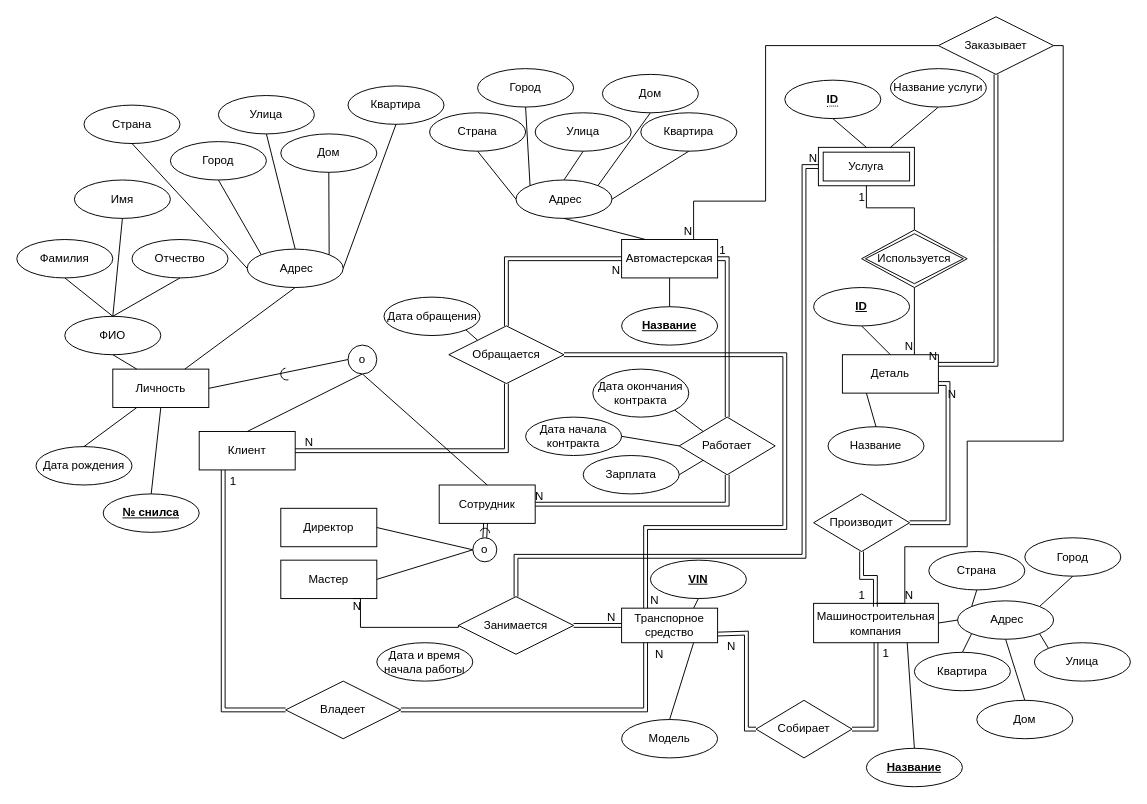
B4bah/db keeps this draw.io diagram as page "Page-3" (3 of 4) of course-task/course-task.drawio. Above is the earlier version. Source tidied: cells renumbered, new cells numbered last; positions are measured from the earlier drawing's top-left corner, leaving out a move shared by most shapes. Both pictures are drawn from the tidied source at 96%, with x=0, y=0 at pixel (16, 16).
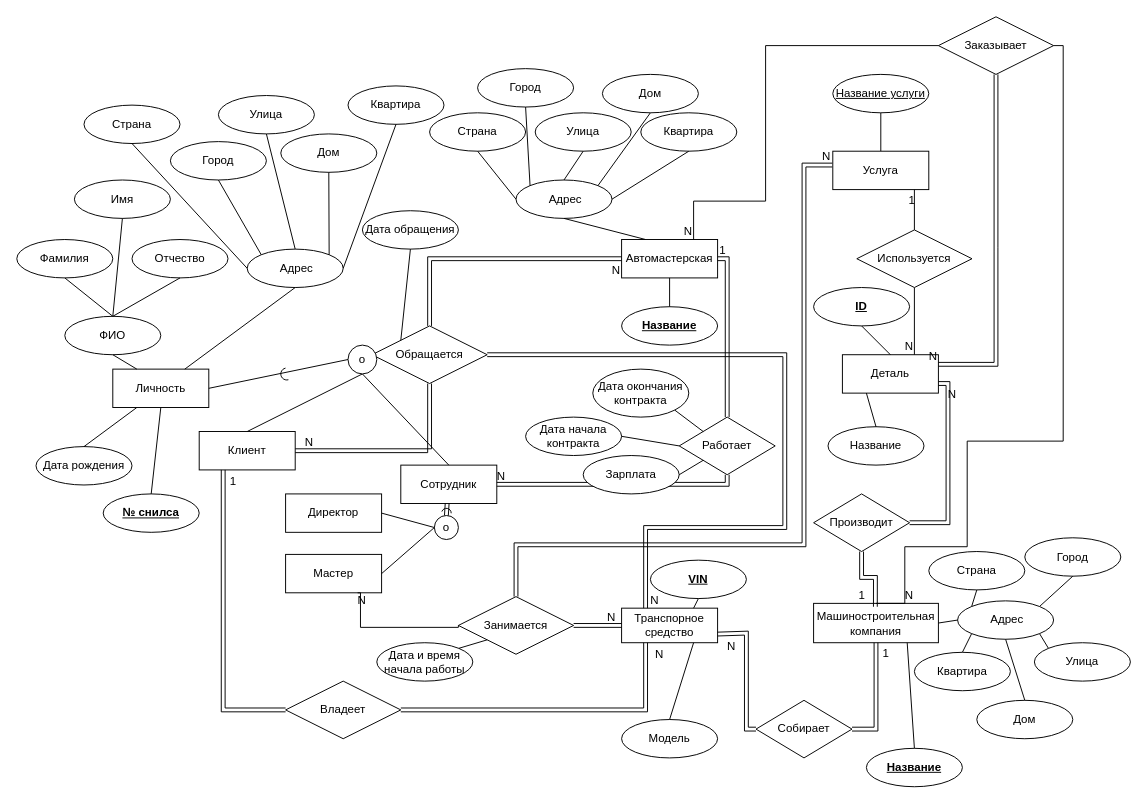
The same page after the edit.

Commit message (it also covers changes not shown here):
Finished logical model for course task

Unchanged cells that the change refers to:
```xml
<mxCell id="2" value="Клиент" style="whiteSpace=wrap;html=1;align=center;fontSize=12;rounded=0;" parent="1" vertex="1">
  <mxGeometry x="190" y="432" width="100" height="40" as="geometry" />
</mxCell>
<mxCell id="26" value="Занимается" style="shape=rhombus;perimeter=rhombusPerimeter;whiteSpace=wrap;html=1;align=center;rounded=0;fontSize=12;" parent="1" vertex="1">
  <mxGeometry x="460" y="604" width="120" height="60" as="geometry" />
</mxCell>
<mxCell id="44" value="Деталь" style="whiteSpace=wrap;html=1;align=center;fontSize=12;" parent="1" vertex="1">
  <mxGeometry x="860" y="352" width="100" height="40" as="geometry" />
</mxCell>
<mxCell id="140" value="Дата и время начала работы" style="ellipse;whiteSpace=wrap;html=1;align=center;" parent="1" vertex="1">
  <mxGeometry x="375" y="652" width="100" height="40" as="geometry" />
</mxCell>
```

Diff of the diagram source:
```diff
@@
     <mxCell id="6" value="Сотрудник" style="whiteSpace=wrap;html=1;align=center;fontSize=12;rounded=0;" parent="1" vertex="1">
-      <mxGeometry x="440" y="487.7" width="100" height="40" as="geometry" />
+      <mxGeometry x="400" y="467" width="100" height="40" as="geometry" />
     </mxCell>
     <mxCell id="7" value="Мастер" style="whiteSpace=wrap;html=1;align=center;fontSize=12;rounded=0;" parent="1" vertex="1">
-      <mxGeometry x="275" y="566" width="100" height="40" as="geometry" />
+      <mxGeometry x="280" y="560" width="100" height="40" as="geometry" />
     </mxCell>
     <mxCell id="8" value="Директор" style="whiteSpace=wrap;html=1;align=center;fontSize=12;rounded=0;" parent="1" vertex="1">
-      <mxGeometry x="275" y="512" width="100" height="40" as="geometry" />
+      <mxGeometry x="280" y="497" width="100" height="40" as="geometry" />
     </mxCell>
@@
     <mxCell id="20" value="Обращается" style="shape=rhombus;perimeter=rhombusPerimeter;whiteSpace=wrap;html=1;align=center;fontSize=12;rounded=0;" parent="1" vertex="1">
-      <mxGeometry x="450" y="322" width="120" height="60" as="geometry" />
+      <mxGeometry x="370" y="322" width="120" height="60" as="geometry" />
     </mxCell>
@@
     <mxCell id="31" style="shape=link;html=1;rounded=0;entryX=1;entryY=0.5;entryDx=0;entryDy=0;exitX=0.5;exitY=1;exitDx=0;exitDy=0;edgeStyle=orthogonalEdgeStyle;fontSize=12;" parent="1" edge="1" source="20" target="2">
       <mxGeometry relative="1" as="geometry">
         <Array as="points">
-          <mxPoint x="510" y="452" />
+          <mxPoint x="430" y="367" />
+          <mxPoint x="430" y="452" />
         </Array>
       </mxGeometry>
     </mxCell>
@@
-    <mxCell id="33" value="Услуга" style="shape=ext;margin=3;double=1;whiteSpace=wrap;html=1;align=center;fontSize=12;" parent="1" vertex="1">
-      <mxGeometry x="835" y="136" width="100" height="40" as="geometry" />
-    </mxCell>
@@
-    <mxCell id="38" style="shape=link;html=1;rounded=0;exitX=0.5;exitY=0;exitDx=0;exitDy=0;entryX=0;entryY=0.5;entryDx=0;entryDy=0;edgeStyle=orthogonalEdgeStyle;fontSize=12;" parent="1" edge="1" source="26" target="33">
+    <mxCell id="38" style="shape=link;html=1;rounded=0;exitX=0.5;exitY=0;exitDx=0;exitDy=0;entryX=-0.004;entryY=0.361;entryDx=0;entryDy=0;edgeStyle=orthogonalEdgeStyle;fontSize=12;entryPerimeter=0;" parent="1" edge="1" source="26" target="33">
       <mxGeometry relative="1" as="geometry">
         <Array as="points">
-          <mxPoint x="520" y="562" />
-          <mxPoint x="820" y="562" />
-          <mxPoint x="820" y="156" />
+          <mxPoint x="520" y="550" />
+          <mxPoint x="820" y="550" />
+          <mxPoint x="820" y="154" />
         </Array>
       </mxGeometry>
     </mxCell>
@@
-    <mxCell id="40" value="&lt;span style=&quot;border-bottom: 1px dotted&quot;&gt;&lt;b&gt;ID&lt;/b&gt;&lt;/span&gt;" style="ellipse;whiteSpace=wrap;html=1;align=center;fontSize=12;" parent="1" vertex="1">
-      <mxGeometry x="800" y="66" width="100" height="40" as="geometry" />
-    </mxCell>
-    <mxCell id="41" style="endArrow=none;html=1;rounded=0;exitX=0.5;exitY=0;exitDx=0;exitDy=0;entryX=0.5;entryY=1;entryDx=0;entryDy=0;fontSize=12;" parent="1" edge="1" source="33" target="40">
-      <mxGeometry relative="1" as="geometry" />
-    </mxCell>
-    <mxCell id="42" style="endArrow=none;html=1;rounded=0;exitX=0.5;exitY=1;exitDx=0;exitDy=0;entryX=0.75;entryY=0;entryDx=0;entryDy=0;fontSize=12;" parent="1" edge="1" source="43" target="33">
+    <mxCell id="42" style="endArrow=none;html=1;rounded=0;exitX=0.5;exitY=1;exitDx=0;exitDy=0;entryX=0.5;entryY=0;entryDx=0;entryDy=0;fontSize=12;" parent="1" edge="1" source="43" target="33">
       <mxGeometry relative="1" as="geometry" />
     </mxCell>
-    <mxCell id="43" value="Название услуги" style="ellipse;whiteSpace=wrap;html=1;align=center;fontSize=12;" parent="1" vertex="1">
-      <mxGeometry x="910" y="54" width="100" height="40" as="geometry" />
-    </mxCell>
@@
     <mxCell id="45" style="endArrow=none;html=1;rounded=0;entryX=0.75;entryY=0;entryDx=0;entryDy=0;edgeStyle=orthogonalEdgeStyle;exitX=0.5;exitY=1;exitDx=0;exitDy=0;fontSize=12;" parent="1" edge="1" source="47" target="44">
-      <mxGeometry relative="1" as="geometry">
-        <Array as="points">
-          <mxPoint x="935" y="282" />
-          <mxPoint x="935" y="282" />
-        </Array>
-      </mxGeometry>
+      <mxGeometry relative="1" as="geometry" />
     </mxCell>
@@
-    <mxCell id="47" value="Используется" style="shape=rhombus;double=1;perimeter=rhombusPerimeter;whiteSpace=wrap;html=1;align=center;fontSize=12;" parent="1" vertex="1">
-      <mxGeometry x="880" y="222" width="110" height="60" as="geometry" />
-    </mxCell>
-    <mxCell id="48" style="endArrow=none;html=1;rounded=0;entryX=0.5;entryY=1;entryDx=0;entryDy=0;exitX=0.5;exitY=0;exitDx=0;exitDy=0;edgeStyle=orthogonalEdgeStyle;fontSize=12;" parent="1" edge="1" source="47" target="33">
-      <mxGeometry relative="1" as="geometry" />
+    <mxCell id="48" style="endArrow=none;html=1;rounded=0;entryX=0.862;entryY=0.975;entryDx=0;entryDy=0;exitX=0.5;exitY=0;exitDx=0;exitDy=0;edgeStyle=orthogonalEdgeStyle;fontSize=12;entryPerimeter=0;" parent="1" edge="1" source="47" target="33">
+      <mxGeometry relative="1" as="geometry">
+        <Array as="points">
+          <mxPoint x="935" y="180" />
+          <mxPoint x="936" y="180" />
+        </Array>
+      </mxGeometry>
     </mxCell>
@@
     <mxCell id="81" value="o" style="ellipse;whiteSpace=wrap;html=1;strokeColor=default;align=center;verticalAlign=middle;fontFamily=Helvetica;fontSize=12;fontColor=default;fillColor=default;shadow=0;" parent="1" vertex="1">
-      <mxGeometry x="475" y="542.7" width="25" height="25" as="geometry" />
+      <mxGeometry x="435" y="519.5" width="25" height="25" as="geometry" />
     </mxCell>
-    <mxCell id="82" style="endArrow=none;html=1;rounded=0;exitX=0.483;exitY=0.993;exitDx=0;exitDy=0;entryX=0.5;entryY=0;entryDx=0;entryDy=0;fontSize=12;exitPerimeter=0;shape=link;" parent="1" edge="1" source="6" target="81">
-      <mxGeometry relative="1" as="geometry" />
-    </mxCell>
-    <mxCell id="83" style="verticalLabelPosition=bottom;verticalAlign=top;html=1;shape=mxgraph.basic.arc;startAngle=0.8034185343768369;endAngle=0.25454604733782427;strokeColor=default;align=center;fontFamily=Helvetica;fontSize=12;fontColor=default;fillColor=default;" parent="1" vertex="1">
-      <mxGeometry x="482.5" y="532.7" width="10" height="10" as="geometry" />
-    </mxCell>
@@
     <mxCell id="134" value="Дата обращения" style="ellipse;whiteSpace=wrap;html=1;align=center;strokeColor=default;verticalAlign=middle;fontFamily=Helvetica;fontSize=12;fontColor=default;fillColor=default;" parent="1" vertex="1">
-      <mxGeometry x="382.5" y="292" width="100" height="40" as="geometry" />
+      <mxGeometry x="360" y="202" width="100" height="40" as="geometry" />
     </mxCell>
-    <mxCell id="135" style="endArrow=none;html=1;rounded=0;fontFamily=Helvetica;fontSize=12;fontColor=default;exitX=1;exitY=1;exitDx=0;exitDy=0;entryX=0;entryY=0;entryDx=0;entryDy=0;" parent="1" edge="1" source="134" target="20">
+    <mxCell id="135" style="endArrow=none;html=1;rounded=0;fontFamily=Helvetica;fontSize=12;fontColor=default;exitX=0.5;exitY=1;exitDx=0;exitDy=0;entryX=0;entryY=0;entryDx=0;entryDy=0;" parent="1" edge="1" source="134" target="20">
       <mxGeometry relative="1" as="geometry" />
     </mxCell>
@@
+    <mxCell id="141" style="endArrow=none;html=1;rounded=0;exitX=0;exitY=1;exitDx=0;exitDy=0;entryX=1;entryY=0;entryDx=0;entryDy=0;fontSize=12;" parent="1" edge="1" source="26" target="140">
+      <mxGeometry relative="1" as="geometry" />
+    </mxCell>
+    <mxCell id="43" value="Название услуги" style="ellipse;whiteSpace=wrap;html=1;align=center;fontStyle=4;" parent="1" vertex="1">
+      <mxGeometry x="850" y="60" width="100" height="40" as="geometry" />
+    </mxCell>
+    <mxCell id="33" value="Услуга" style="whiteSpace=wrap;html=1;align=center;" parent="1" vertex="1">
+      <mxGeometry x="850" y="140" width="100" height="40" as="geometry" />
+    </mxCell>
+    <mxCell id="47" value="Используется" style="shape=rhombus;perimeter=rhombusPerimeter;whiteSpace=wrap;html=1;align=center;" parent="1" vertex="1">
+      <mxGeometry x="875" y="222" width="120" height="60" as="geometry" />
+    </mxCell>
+    <mxCell id="142" style="group;" parent="1" vertex="1">
+      <mxGeometry x="442.5" y="512" width="10" height="10" as="geometry" />
+    </mxCell>
+    <mxCell id="82" style="endArrow=none;html=1;rounded=0;exitX=0.483;exitY=0.993;exitDx=0;exitDy=0;entryX=0.5;entryY=0;entryDx=0;entryDy=0;fontSize=12;exitPerimeter=0;shape=link;" parent="142" edge="1" source="6" target="81">
+      <mxGeometry relative="1" as="geometry" />
+    </mxCell>
+    <mxCell id="83" style="verticalLabelPosition=bottom;verticalAlign=top;html=1;shape=mxgraph.basic.arc;startAngle=0.8034185343768369;endAngle=0.25454604733782427;strokeColor=default;align=center;fontFamily=Helvetica;fontSize=12;fontColor=default;fillColor=default;" parent="142" vertex="1">
+      <mxGeometry width="10" height="10" as="geometry" />
+    </mxCell>
```
